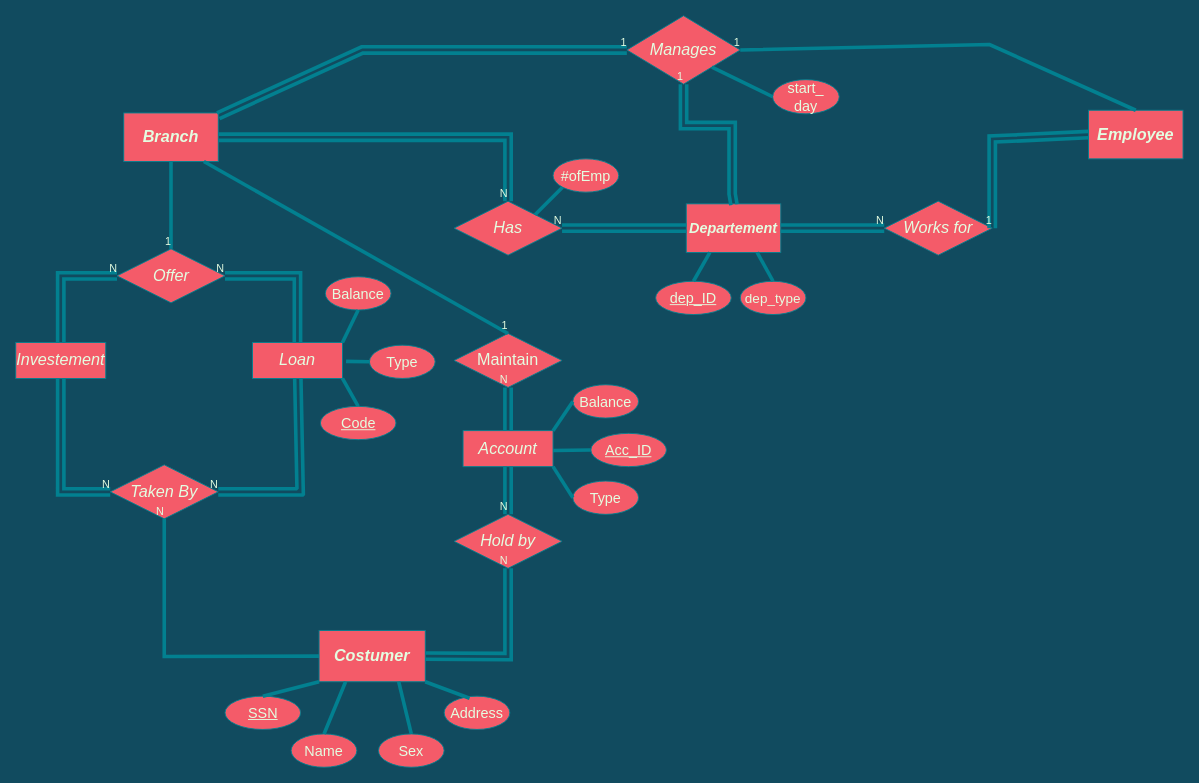
Above: BankManagement_ERD.drawio in omgits0mar/Database_fcis (draw.io), before the change. Source tidied: cells renumbered, new cells numbered last; positions are measured from the earlier drawing's top-left corner, leaving out a move shared by most shapes. Both pictures are drawn from the tidied source at 90%, with x=0, y=0 at pixel (15, 15).
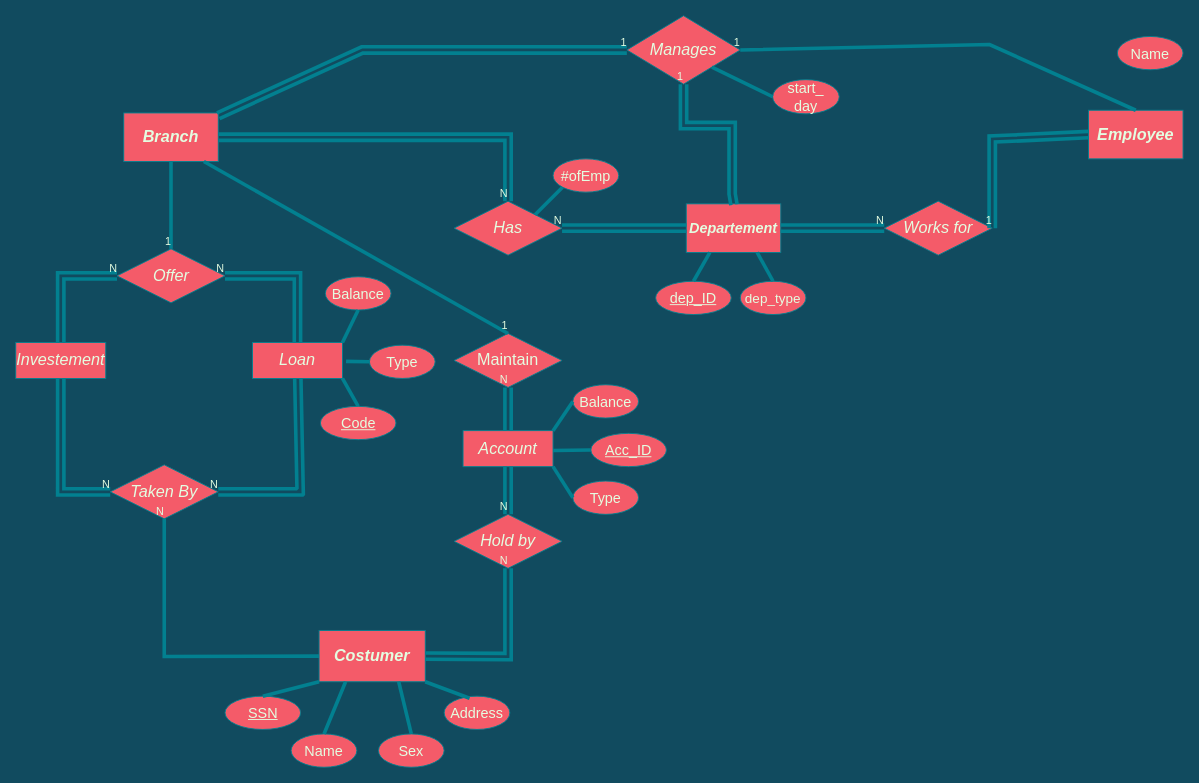
The same page after the edit.

Change to the diagram source:
```diff
@@
+    <mxCell id="78" value="&lt;font style=&quot;font-size: 16px&quot;&gt;Name&lt;/font&gt;" style="ellipse;whiteSpace=wrap;html=1;align=center;rounded=0;sketch=0;strokeColor=#028090;fillColor=#F45B69;fontSize=14;fontColor=#E4FDE1;" parent="1" vertex="1">
+      <mxGeometry x="1224" y="23" width="73" height="37" as="geometry" />
+    </mxCell>
```
